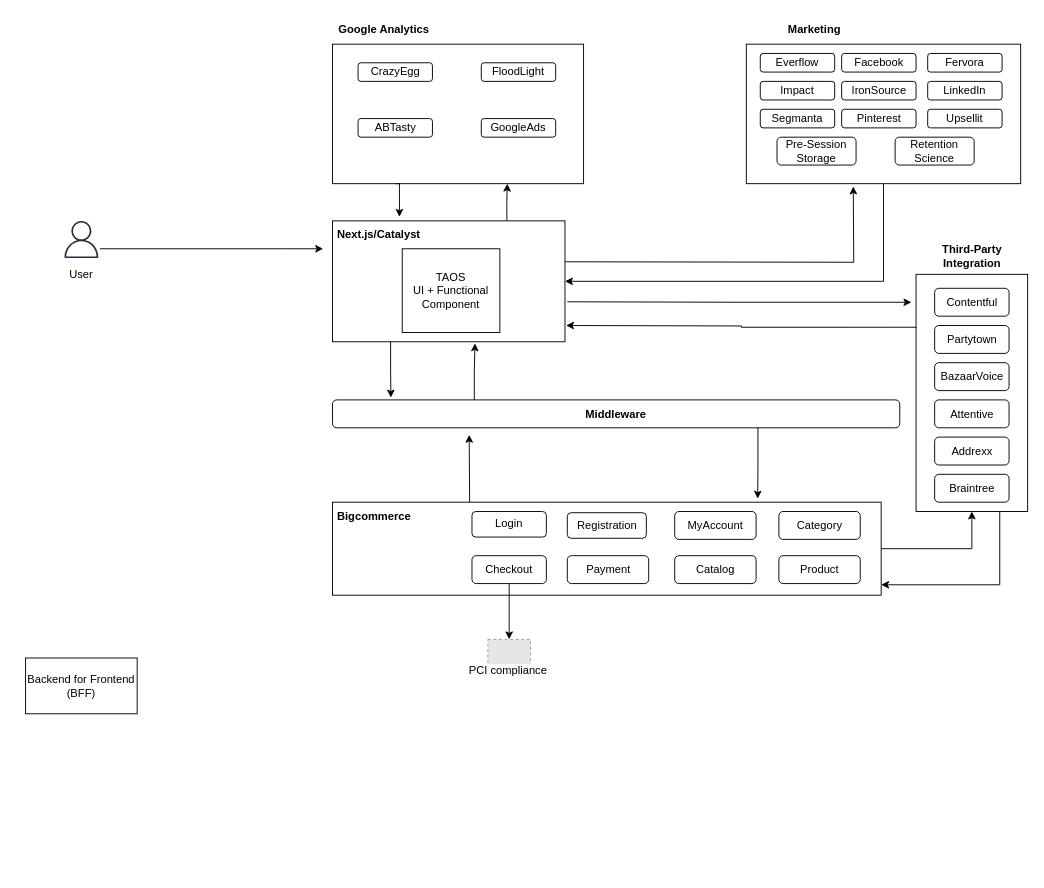
Before: page "TAOS-Proposed" (3 of 3) of TAOS/TAOS-Existing.drawio in akanksha-61087268/drawio, a draw.io diagram. Source tidied: cells renumbered, new cells numbered last; positions are measured from the earlier drawing's top-left corner, leaving out a move shared by most shapes. Both pictures are drawn from the tidied source at 93%, with x=0, y=0 at pixel (25, 16). Pictures stored in the file or linked from it are replaced by grey dashed boxes.
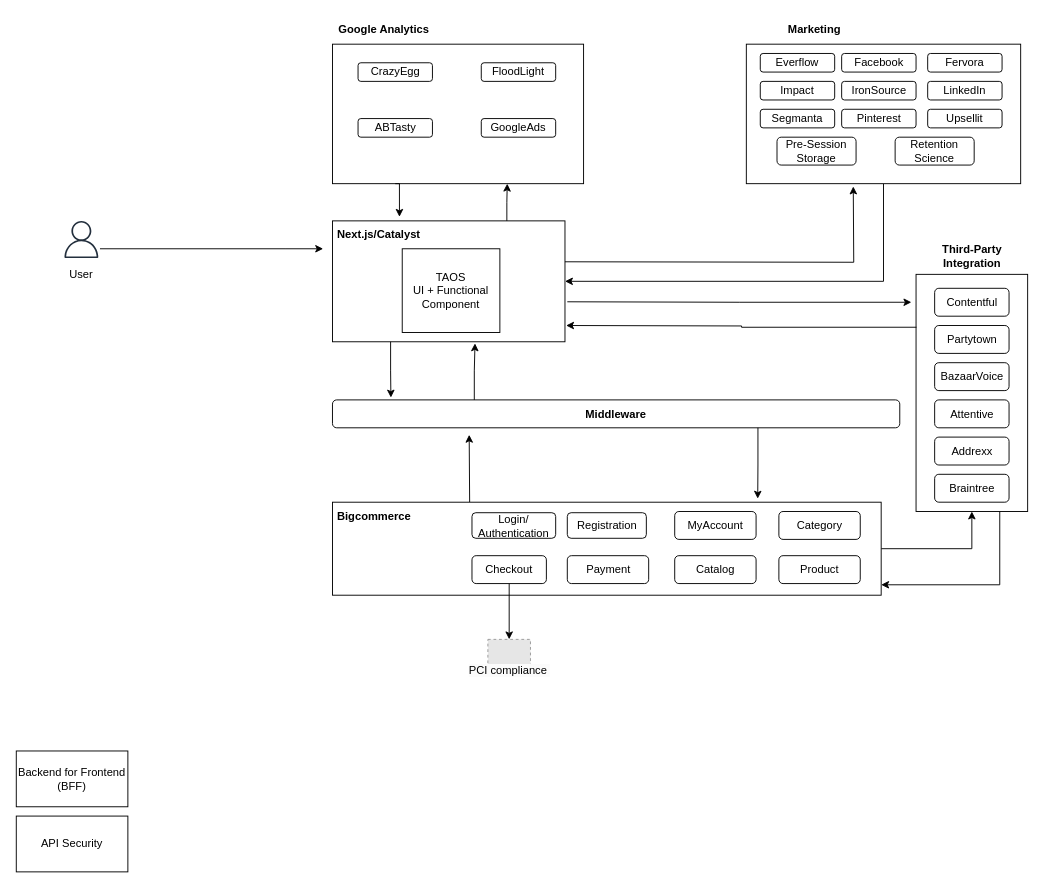
Above is the later version.

Change to the diagram source:
```diff
@@
-    <mxCell id="32" value="Login" style="rounded=1;whiteSpace=wrap;html=1;" parent="1" vertex="1">
-      <mxGeometry x="480" y="532.5" width="80" height="27.5" as="geometry" />
+    <mxCell id="32" value="Login/&lt;br&gt;Authentication" style="rounded=1;whiteSpace=wrap;html=1;" parent="1" vertex="1">
+      <mxGeometry x="480" y="533.8" width="90" height="27.5" as="geometry" />
     </mxCell>
@@
     <mxCell id="52" value="Backend for Frontend&lt;br&gt;(BFF)" style="rounded=0;whiteSpace=wrap;html=1;" parent="1" vertex="1">
-      <mxGeometry y="690" width="120" height="60" as="geometry" />
+      <mxGeometry x="-10" y="790" width="120" height="60" as="geometry" />
     </mxCell>
@@
+    <mxCell id="62" value="API Security" style="rounded=0;whiteSpace=wrap;html=1;" parent="1" vertex="1">
+      <mxGeometry x="-10" y="860" width="120" height="60" as="geometry" />
+    </mxCell>
```
